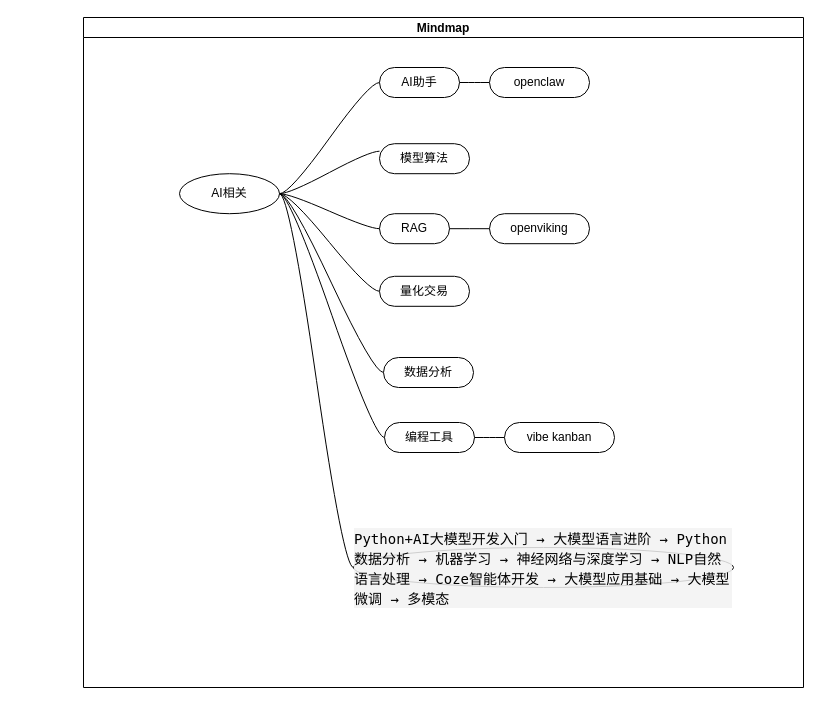
This is mind/AI学习路线.drawio from it-sos/ai-devops, a draw.io file, before an edit. Source tidied: cells renumbered, new cells numbered last; positions are measured from the earlier drawing's top-left corner, leaving out a move shared by most shapes. Both pictures are drawn from the tidied source at 100%, with x=0, y=0 at pixel (83, 17).
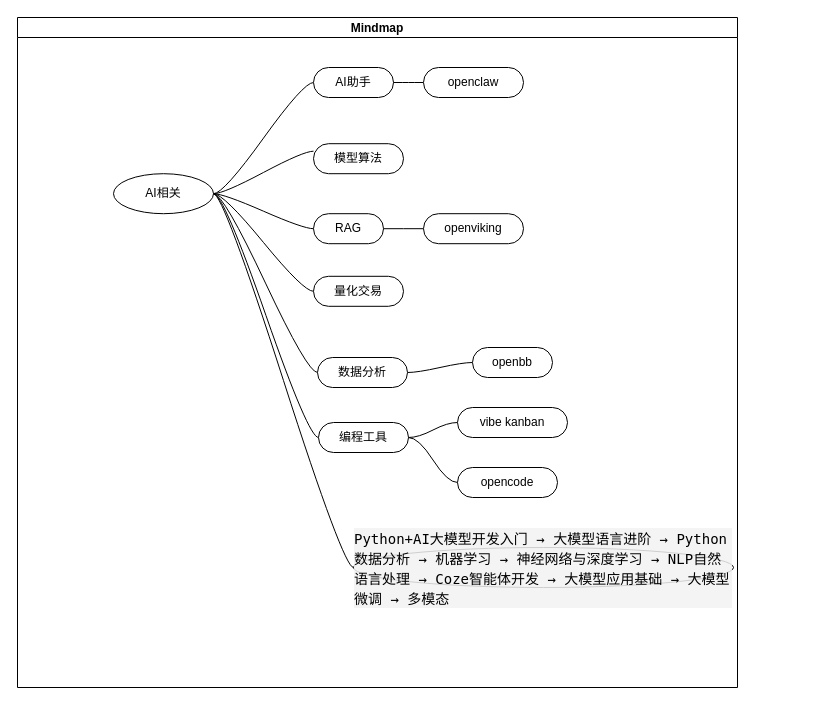
Above is the later version.

Commit message:
更新AI学习路线.drawio

Unchanged cells that the change refers to:
```xml
<mxCell id="13" value="数据分析" style="whiteSpace=wrap;html=1;rounded=1;arcSize=50;align=center;verticalAlign=middle;strokeWidth=1;spacing=4;newEdgeStyle={&quot;edgeStyle&quot;:&quot;entityRelationEdgeStyle&quot;,&quot;startArrow&quot;:&quot;none&quot;,&quot;endArrow&quot;:&quot;none&quot;,&quot;segment&quot;:10,&quot;curved&quot;:1,&quot;sourcePerimeterSpacing&quot;:0,&quot;targetPerimeterSpacing&quot;:0};" parent="2" vertex="1">
  <mxGeometry x="300" y="340" width="90" height="30" as="geometry" />
</mxCell>
<mxCell id="16" value="编程工具" style="whiteSpace=wrap;html=1;rounded=1;arcSize=50;align=center;verticalAlign=middle;strokeWidth=1;spacing=4;newEdgeStyle={&quot;edgeStyle&quot;:&quot;entityRelationEdgeStyle&quot;,&quot;startArrow&quot;:&quot;none&quot;,&quot;endArrow&quot;:&quot;none&quot;,&quot;segment&quot;:10,&quot;curved&quot;:1,&quot;sourcePerimeterSpacing&quot;:0,&quot;targetPerimeterSpacing&quot;:0};" parent="2" vertex="1">
  <mxGeometry x="301" y="405" width="90" height="30" as="geometry" />
</mxCell>
```

The edit, as a diff of the source:
```diff
@@
     <mxCell id="2" value="Mindmap" style="swimlane;startSize=20;horizontal=1;containerType=tree;" parent="1" vertex="1">
-      <mxGeometry width="720" height="670" as="geometry" />
+      <mxGeometry x="-66" width="720" height="670" as="geometry" />
     </mxCell>
@@
+    <mxCell id="24" style="edgeStyle=entityRelationEdgeStyle;rounded=0;jettySize=auto;html=1;startArrow=none;endArrow=none;segment=10;curved=1;sourcePerimeterSpacing=0;targetPerimeterSpacing=0;" parent="2" edge="1" source="13" target="27">
+      <mxGeometry relative="1" as="geometry" />
+    </mxCell>
@@
+    <mxCell id="25" style="edgeStyle=entityRelationEdgeStyle;rounded=0;jettySize=auto;html=1;startArrow=none;endArrow=none;segment=10;curved=1;sourcePerimeterSpacing=0;targetPerimeterSpacing=0;entryX=0;entryY=0.5;entryDx=0;entryDy=0;" parent="2" edge="1" source="16" target="26">
+      <mxGeometry relative="1" as="geometry" />
+    </mxCell>
@@
     <mxCell id="18" value="vibe kanban" style="whiteSpace=wrap;html=1;rounded=1;arcSize=50;align=center;verticalAlign=middle;strokeWidth=1;spacing=4;newEdgeStyle={&quot;edgeStyle&quot;:&quot;entityRelationEdgeStyle&quot;,&quot;startArrow&quot;:&quot;none&quot;,&quot;endArrow&quot;:&quot;none&quot;,&quot;segment&quot;:10,&quot;curved&quot;:1,&quot;sourcePerimeterSpacing&quot;:0,&quot;targetPerimeterSpacing&quot;:0};" parent="2" vertex="1">
-      <mxGeometry x="421" y="405" width="110" height="30" as="geometry" />
+      <mxGeometry x="440" y="390" width="110" height="30" as="geometry" />
     </mxCell>
@@
+    <mxCell id="26" value="opencode" style="whiteSpace=wrap;html=1;rounded=1;arcSize=50;align=center;verticalAlign=middle;strokeWidth=1;spacing=4;newEdgeStyle={&quot;edgeStyle&quot;:&quot;entityRelationEdgeStyle&quot;,&quot;startArrow&quot;:&quot;none&quot;,&quot;endArrow&quot;:&quot;none&quot;,&quot;segment&quot;:10,&quot;curved&quot;:1,&quot;sourcePerimeterSpacing&quot;:0,&quot;targetPerimeterSpacing&quot;:0};" parent="2" vertex="1">
+      <mxGeometry x="440" y="450" width="100" height="30" as="geometry" />
+    </mxCell>
+    <mxCell id="27" value="openbb" style="whiteSpace=wrap;html=1;rounded=1;arcSize=50;align=center;verticalAlign=middle;strokeWidth=1;spacing=4;newEdgeStyle={&quot;edgeStyle&quot;:&quot;entityRelationEdgeStyle&quot;,&quot;startArrow&quot;:&quot;none&quot;,&quot;endArrow&quot;:&quot;none&quot;,&quot;segment&quot;:10,&quot;curved&quot;:1,&quot;sourcePerimeterSpacing&quot;:0,&quot;targetPerimeterSpacing&quot;:0};" parent="2" vertex="1">
+      <mxGeometry x="455" y="330" width="80" height="30" as="geometry" />
+    </mxCell>
```
